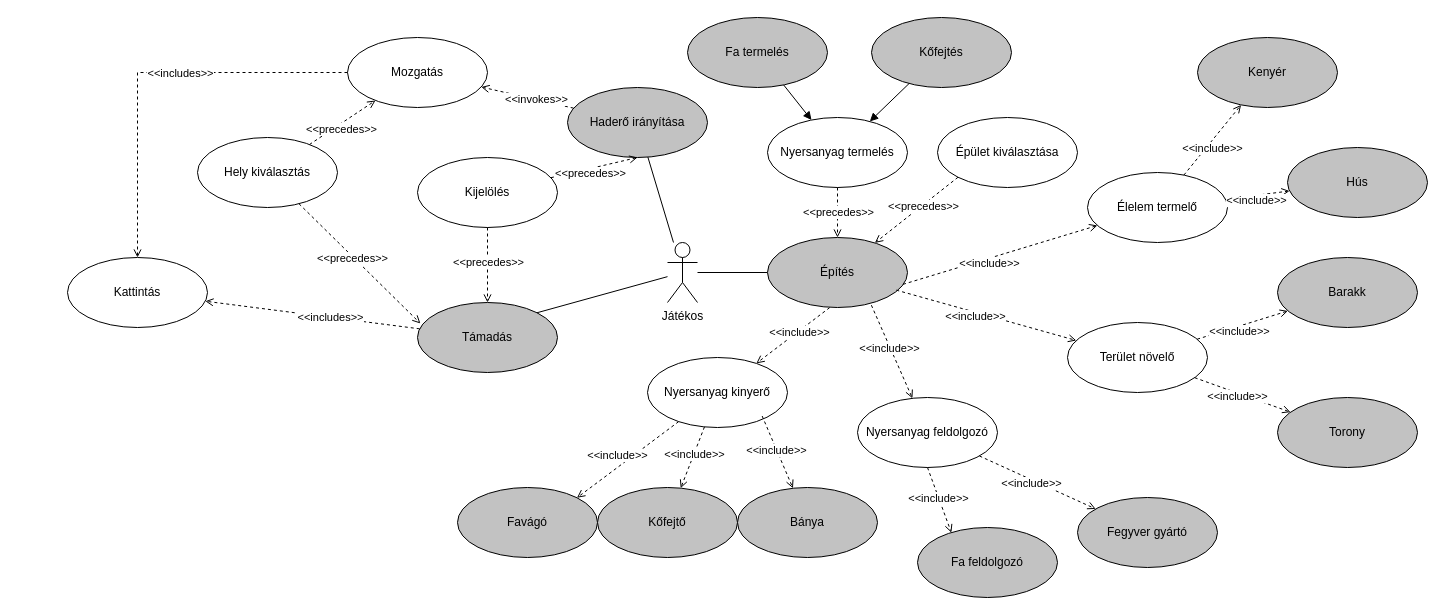
Before: page "Use Case - Jatek" (2 of 9) of Szakdoga.drawio in laszlosimon98/strategy-game, a draw.io diagram. Source tidied: cells renumbered, new cells numbered last; positions are measured from the earlier drawing's top-left corner, leaving out a move shared by most shapes. Both pictures are drawn from the tidied source at 100%, with x=0, y=0 at pixel (67, 17).
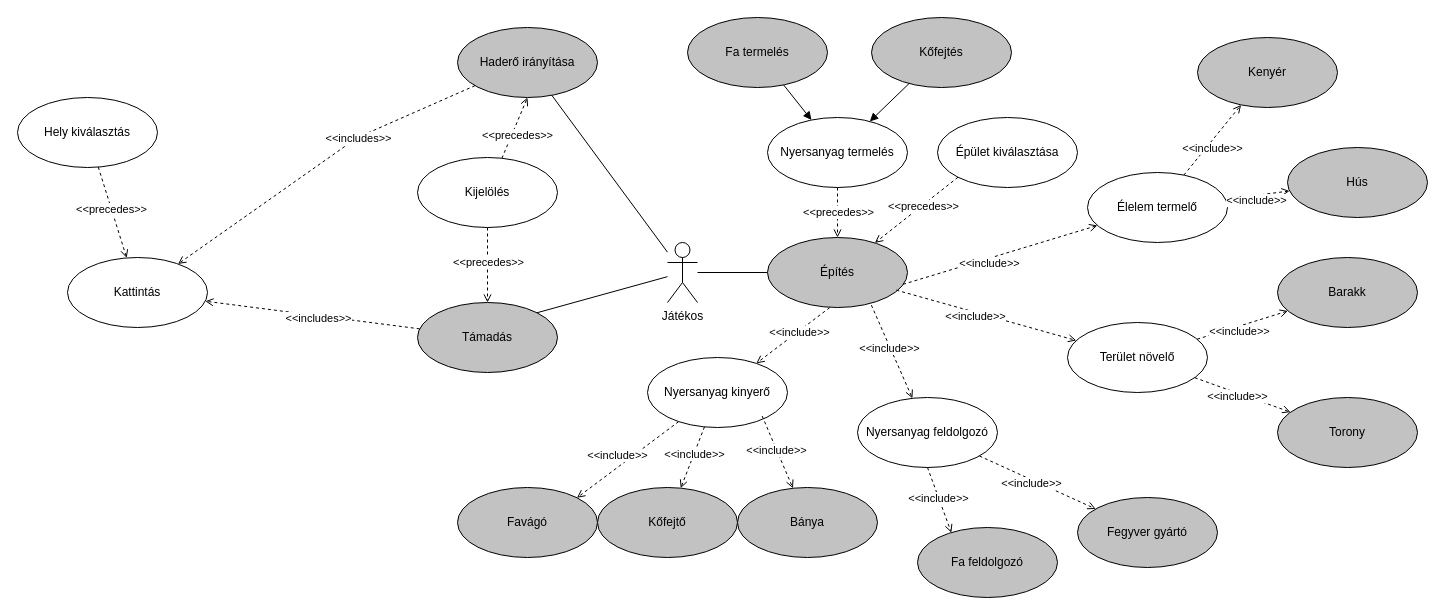
Above is the later version.

The change refers to these unchanged cells:
```xml
<mxCell id="60" value="Kattintás" style="ellipse;whiteSpace=wrap;html=1;fillColor=#ffffff;" parent="1" vertex="1">
  <mxGeometry y="240" width="140" height="70" as="geometry" />
</mxCell>
<mxCell id="65" value="Támadás" style="ellipse;whiteSpace=wrap;html=1;fillColor=#C2C2C2;" parent="1" vertex="1">
  <mxGeometry x="350" y="285" width="140" height="70" as="geometry" />
</mxCell>
<mxCell id="71" style="rounded=0;jettySize=auto;html=1;dashed=1;endArrow=open;endFill=0;" parent="1" edge="1" source="65" target="60">
  <mxGeometry relative="1" as="geometry" />
</mxCell>
```

Diff of the diagram source:
```diff
@@
     <mxCell id="48" value="Haderő irányítása" style="ellipse;whiteSpace=wrap;html=1;fillColor=#C2C2C2;" parent="1" vertex="1">
-      <mxGeometry x="500" y="70" width="140" height="70" as="geometry" />
+      <mxGeometry x="390" y="10" width="140" height="70" as="geometry" />
     </mxCell>
@@
-    <mxCell id="56" value="Mozgatás" style="ellipse;whiteSpace=wrap;html=1;" parent="1" vertex="1">
-      <mxGeometry x="280" y="20" width="140" height="70" as="geometry" />
-    </mxCell>
-    <mxCell id="57" style="rounded=0;jettySize=auto;html=1;dashed=1;endArrow=open;endFill=0;" parent="1" edge="1" source="48" target="56">
-      <mxGeometry relative="1" as="geometry" />
+    <mxCell id="57" style="rounded=0;jettySize=auto;html=1;dashed=1;endArrow=open;endFill=0;" parent="1" edge="1" source="48" target="60">
+      <mxGeometry relative="1" as="geometry">
+        <Array as="points">
+          <mxPoint x="290" y="120" />
+        </Array>
+      </mxGeometry>
     </mxCell>
-    <mxCell id="58" value="&amp;lt;&amp;lt;invokes&amp;gt;&amp;gt;" style="edgeLabel;html=1;align=center;verticalAlign=middle;" parent="57" vertex="1">
-      <mxGeometry x="-0.14" y="-2" relative="1" as="geometry">
-        <mxPoint x="2" y="2" as="offset" />
-      </mxGeometry>
-    </mxCell>
     <mxCell id="59" value="Hely kiválasztás" style="ellipse;whiteSpace=wrap;html=1;fillColor=#ffffff;" parent="1" vertex="1">
-      <mxGeometry x="130" y="120" width="140" height="70" as="geometry" />
+      <mxGeometry x="-50" y="80" width="140" height="70" as="geometry" />
     </mxCell>
@@
-    <mxCell id="61" style="rounded=0;jettySize=auto;html=1;dashed=1;endArrow=open;endFill=0;" parent="1" edge="1" source="59" target="56">
-      <mxGeometry relative="1" as="geometry" />
-    </mxCell>
-    <mxCell id="62" value="&amp;lt;&amp;lt;precedes&amp;gt;&amp;gt;" style="edgeLabel;html=1;align=center;verticalAlign=middle;" parent="61" vertex="1">
-      <mxGeometry x="-0.14" y="-2" relative="1" as="geometry">
-        <mxPoint x="2" y="2" as="offset" />
-      </mxGeometry>
-    </mxCell>
-    <mxCell id="63" style="rounded=0;jettySize=auto;html=1;dashed=1;endArrow=open;endFill=0;edgeStyle=orthogonalEdgeStyle;" parent="1" edge="1" source="56" target="60">
-      <mxGeometry relative="1" as="geometry" />
-    </mxCell>
-    <mxCell id="64" value="&amp;lt;&amp;lt;includes&amp;gt;&amp;gt;" style="edgeLabel;html=1;align=center;verticalAlign=middle;" parent="63" vertex="1">
-      <mxGeometry x="-0.14" y="-2" relative="1" as="geometry">
-        <mxPoint x="2" y="2" as="offset" />
-      </mxGeometry>
-    </mxCell>
@@
-    <mxCell id="69" style="rounded=0;jettySize=auto;html=1;dashed=1;endArrow=open;endFill=0;entryX=0.021;entryY=0.3;entryDx=0;entryDy=0;entryPerimeter=0;" parent="1" edge="1" source="59" target="65">
+    <mxCell id="69" style="rounded=0;jettySize=auto;html=1;dashed=1;endArrow=open;endFill=0;" parent="1" edge="1" source="59" target="60">
       <mxGeometry relative="1" as="geometry" />
     </mxCell>
@@
     <mxCell id="72" value="&amp;lt;&amp;lt;includes&amp;gt;&amp;gt;" style="edgeLabel;html=1;align=center;verticalAlign=middle;" parent="71" vertex="1">
       <mxGeometry x="-0.14" y="-2" relative="1" as="geometry">
-        <mxPoint x="2" y="2" as="offset" />
+        <mxPoint x="30" y="-177" as="offset" />
       </mxGeometry>
     </mxCell>
@@
+    <mxCell id="64" value="&amp;lt;&amp;lt;includes&amp;gt;&amp;gt;" style="edgeLabel;html=1;align=center;verticalAlign=middle;" parent="1" vertex="1">
+      <mxGeometry x="250" y="300" as="geometry" />
+    </mxCell>
```
